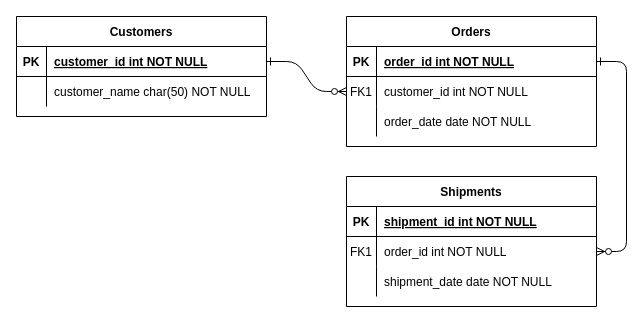
Earlier version of the draw.io diagram js_and_rails_begineer.drawio (shimada-ryuga-56a/js_and_rails_begineer). Source tidied: cells renumbered, new cells numbered last; positions are measured from the earlier drawing's top-left corner, leaving out a move shared by most shapes. Both pictures are drawn from the tidied source at 100%, with x=0, y=0 at pixel (16, 16).
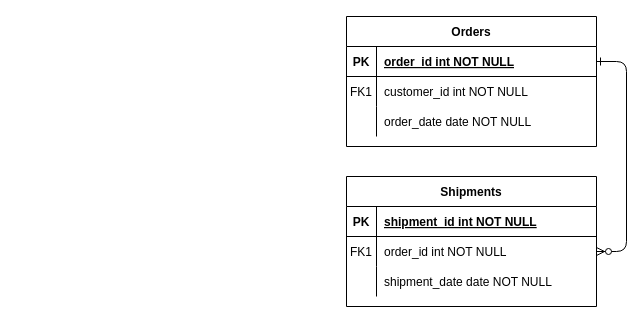
The same diagram, later.

The change refers to these unchanged cells:
```xml
<mxCell id="8" style="shape=partialRectangle;fillColor=none;points=[[0,0.5],[1,0.5]];portConstraint=eastwest;top=0;left=0;right=0;bottom=0;" parent="4" vertex="1">
  <mxGeometry y="60" width="250" height="30" as="geometry" />
</mxCell>
```

Change to the diagram source:
```diff
@@
-    <mxCell id="2" style="edgeStyle=entityRelationEdgeStyle;endArrow=ERzeroToMany;startArrow=ERone;endFill=1;startFill=0;" parent="1" edge="1" source="25" target="8">
-      <mxGeometry relative="1" as="geometry" />
-    </mxCell>
@@
-    <mxCell id="24" value="Customers" style="shape=table;startSize=30;childLayout=tableLayout;rowLines=0;fontStyle=1;align=center;" parent="1" vertex="1">
-      <mxGeometry width="250" height="100" as="geometry" />
-    </mxCell>
-    <mxCell id="25" style="shape=partialRectangle;fillColor=none;points=[[0,0.5],[1,0.5]];portConstraint=eastwest;top=0;left=0;right=0;bottom=1;" parent="24" vertex="1">
-      <mxGeometry y="30" width="250" height="30" as="geometry" />
-    </mxCell>
-    <mxCell id="26" value="PK" style="shape=partialRectangle;overflow=hidden;fillColor=none;top=0;left=0;bottom=0;right=0;fontStyle=1;" parent="25" vertex="1">
-      <mxGeometry width="30" height="30" as="geometry" />
-    </mxCell>
-    <mxCell id="27" value="customer_id int NOT NULL " style="shape=partialRectangle;overflow=hidden;fillColor=none;top=0;left=0;bottom=0;right=0;align=left;spacingLeft=6;fontStyle=5;" parent="25" vertex="1">
-      <mxGeometry x="30" width="220" height="30" as="geometry" />
-    </mxCell>
-    <mxCell id="28" style="shape=partialRectangle;fillColor=none;top=0;left=0;right=0;bottom=0;" parent="24" vertex="1">
-      <mxGeometry y="60" width="250" height="30" as="geometry" />
-    </mxCell>
-    <mxCell id="29" style="shape=partialRectangle;overflow=hidden;fillColor=none;top=0;left=0;bottom=0;right=0;" parent="28" vertex="1">
-      <mxGeometry width="30" height="30" as="geometry" />
-    </mxCell>
-    <mxCell id="30" value="customer_name char(50) NOT NULL" style="shape=partialRectangle;overflow=hidden;fillColor=none;top=0;left=0;bottom=0;right=0;align=left;spacingLeft=6;" parent="28" vertex="1">
-      <mxGeometry x="30" width="220" height="30" as="geometry" />
-    </mxCell>
```
